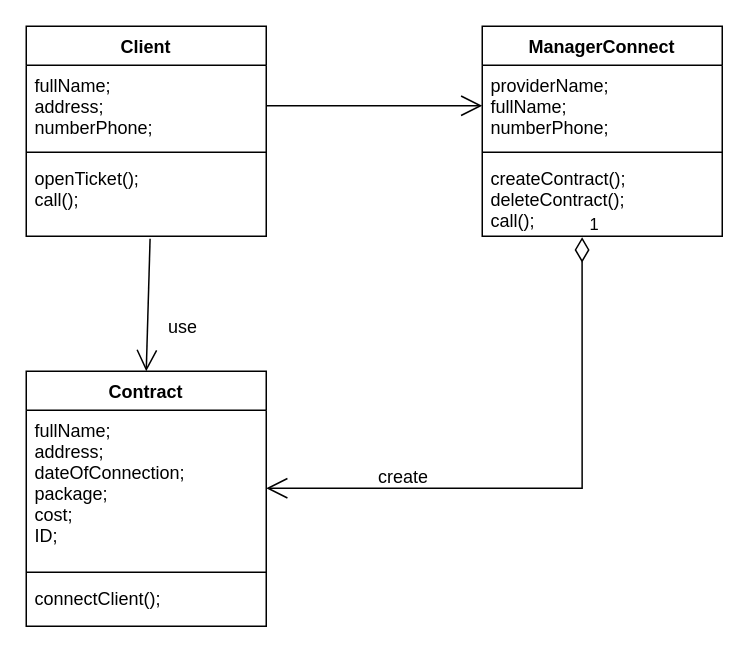
Above: UML-diagramm.drawio in Maks151702/Kyrsach_OOP (draw.io), before the change. Source tidied: cells renumbered, new cells numbered last; positions are measured from the earlier drawing's top-left corner, leaving out a move shared by most shapes. Both pictures are drawn from the tidied source at 150%, with x=0, y=0 at pixel (26, 26).
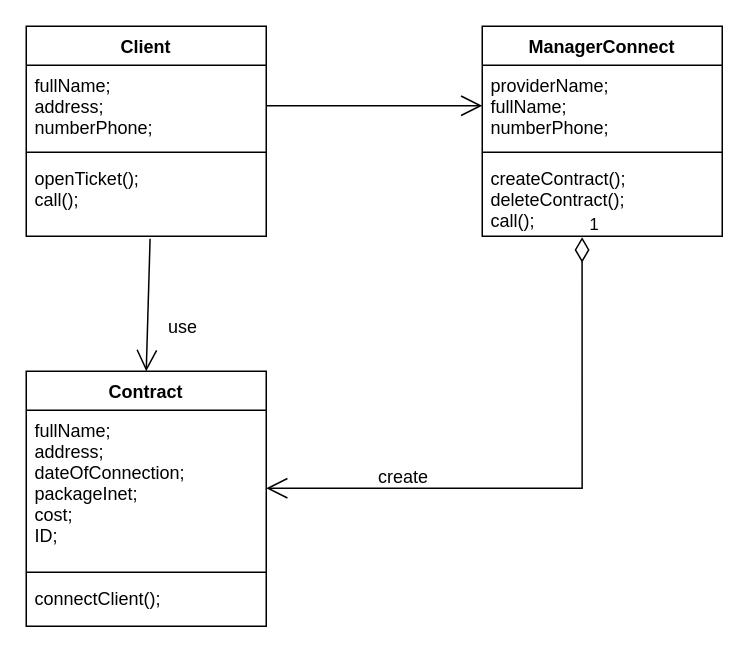
After the change.

Diff of the diagram source:
```diff
@@
 <mxGraphModel>
   <root>
     <mxCell id="0" />
     <mxCell id="1" parent="0" />
     <mxCell id="2" value="Contract" style="swimlane;fontStyle=1;align=center;verticalAlign=top;horizontal=1;startSize=26;" parent="1" vertex="1">
       <mxGeometry y="230" width="160" height="170" as="geometry" />
     </mxCell>
-    <mxCell id="3" value="fullName;&#10;address;&#10;dateOfConnection;&#10;package;&#10;cost;&#10;ID;" style="text;strokeColor=none;fillColor=none;align=left;verticalAlign=top;spacingLeft=4;spacingRight=4;overflow=hidden;points=[[0,0.5],[1,0.5]];portConstraint=eastwest;" parent="2" vertex="1">
+    <mxCell id="3" value="fullName;&#10;address;&#10;dateOfConnection;&#10;packageInet;&#10;cost;&#10;ID;" style="text;strokeColor=none;fillColor=none;align=left;verticalAlign=top;spacingLeft=4;spacingRight=4;overflow=hidden;points=[[0,0.5],[1,0.5]];portConstraint=eastwest;" parent="2" vertex="1">
       <mxGeometry y="26" width="160" height="104" as="geometry" />
     </mxCell>
     <mxCell id="4" style="line;strokeWidth=1;fillColor=none;align=left;verticalAlign=middle;spacingTop=-1;spacingLeft=3;spacingRight=3;labelPosition=right;" parent="2" vertex="1">
       <mxGeometry y="130" width="160" height="8" as="geometry" />
     </mxCell>
     <mxCell id="5" value="connectClient();" style="text;strokeColor=none;fillColor=none;align=left;verticalAlign=top;spacingLeft=4;spacingRight=4;overflow=hidden;" parent="2" vertex="1">
       <mxGeometry y="138" width="160" height="32" as="geometry" />
     </mxCell>
     <mxCell id="6" value="Client" style="swimlane;fontStyle=1;align=center;verticalAlign=top;horizontal=1;startSize=26;" parent="1" vertex="1">
       <mxGeometry width="160" height="140" as="geometry" />
     </mxCell>
     <mxCell id="7" value="fullName;&#10;address;&#10;numberPhone;" style="text;strokeColor=none;fillColor=none;align=left;verticalAlign=top;spacingLeft=4;spacingRight=4;overflow=hidden;points=[[0,0.5],[1,0.5]];portConstraint=eastwest;" parent="6" vertex="1">
       <mxGeometry y="26" width="160" height="54" as="geometry" />
     </mxCell>
     <mxCell id="8" style="line;strokeWidth=1;fillColor=none;align=left;verticalAlign=middle;spacingTop=-1;spacingLeft=3;spacingRight=3;labelPosition=right;" parent="6" vertex="1">
       <mxGeometry y="80" width="160" height="8" as="geometry" />
     </mxCell>
     <mxCell id="9" value="openTicket();&#10;call();" style="text;strokeColor=none;fillColor=none;align=left;verticalAlign=top;spacingLeft=4;spacingRight=4;overflow=hidden;points=[[0,0.5],[1,0.5]];portConstraint=eastwest;" parent="6" vertex="1">
       <mxGeometry y="88" width="160" height="52" as="geometry" />
     </mxCell>
     <mxCell id="10" value="ManagerConnect" style="swimlane;fontStyle=1;align=center;verticalAlign=top;horizontal=1;startSize=26;" parent="1" vertex="1">
       <mxGeometry x="304" width="160" height="140" as="geometry" />
     </mxCell>
     <mxCell id="11" value="providerName;&#10;fullName;&#10;numberPhone;" style="text;strokeColor=none;fillColor=none;align=left;verticalAlign=top;spacingLeft=4;spacingRight=4;overflow=hidden;points=[[0,0.5],[1,0.5]];portConstraint=eastwest;" parent="10" vertex="1">
       <mxGeometry y="26" width="160" height="54" as="geometry" />
     </mxCell>
     <mxCell id="12" style="line;strokeWidth=1;fillColor=none;align=left;verticalAlign=middle;spacingTop=-1;spacingLeft=3;spacingRight=3;labelPosition=right;" parent="10" vertex="1">
       <mxGeometry y="80" width="160" height="8" as="geometry" />
     </mxCell>
     <mxCell id="13" value="createContract();&#10;deleteContract();&#10;call();" style="text;strokeColor=none;fillColor=none;align=left;verticalAlign=top;spacingLeft=4;spacingRight=4;overflow=hidden;points=[[0,0.5],[1,0.5]];portConstraint=eastwest;" parent="10" vertex="1">
       <mxGeometry y="88" width="160" height="52" as="geometry" />
     </mxCell>
     <mxCell id="14" value="1" style="endArrow=open;html=1;endSize=12;startArrow=diamondThin;startSize=14;startFill=0;edgeStyle=orthogonalEdgeStyle;align=left;verticalAlign=bottom;rounded=0;exitX=0.416;exitY=1.012;exitDx=0;exitDy=0;exitPerimeter=0;entryX=1;entryY=0.5;entryDx=0;entryDy=0;" parent="1" edge="1" source="13" target="3">
       <mxGeometry x="-1" y="3" relative="1" as="geometry" />
     </mxCell>
     <mxCell id="15" value="&lt;br&gt;create" style="text;html=1;strokeColor=none;fillColor=none;spacing=5;spacingTop=-20;whiteSpace=wrap;overflow=hidden;rounded=0;" parent="1" vertex="1">
       <mxGeometry x="230" y="290" width="50" height="20" as="geometry" />
     </mxCell>
     <mxCell id="16" style="endArrow=open;endFill=1;endSize=12;html=1;rounded=0;entryX=0.5;entryY=0;entryDx=0;entryDy=0;exitX=0.516;exitY=1.031;exitDx=0;exitDy=0;exitPerimeter=0;" parent="1" edge="1" source="9" target="2">
       <mxGeometry relative="1" as="geometry" />
     </mxCell>
     <mxCell id="17" value="&lt;br&gt;use" style="text;html=1;strokeColor=none;fillColor=none;spacing=5;spacingTop=-20;whiteSpace=wrap;overflow=hidden;rounded=0;" parent="1" vertex="1">
       <mxGeometry x="90" y="190" width="50" height="20" as="geometry" />
     </mxCell>
     <mxCell id="18" style="endArrow=open;endFill=1;endSize=12;html=1;rounded=0;exitX=1;exitY=0.5;exitDx=0;exitDy=0;entryX=0;entryY=0.5;entryDx=0;entryDy=0;" parent="1" edge="1" source="7" target="11">
       <mxGeometry relative="1" as="geometry" />
     </mxCell>
   </root>
 </mxGraphModel>
```
